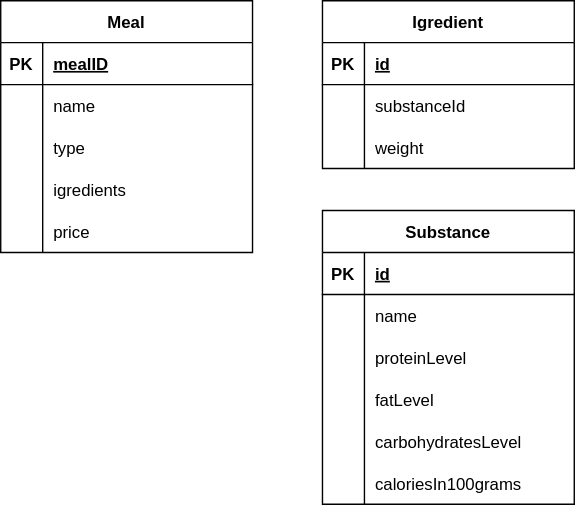
This is MealsMicroservice.svg from tomdud-developer/OurKitchenYourHealth, a draw.io export, as it was before one commit. Source tidied: cells renumbered, new cells last; positions are measured from the earlier drawing's top-left corner, leaving out a move shared by most shapes.
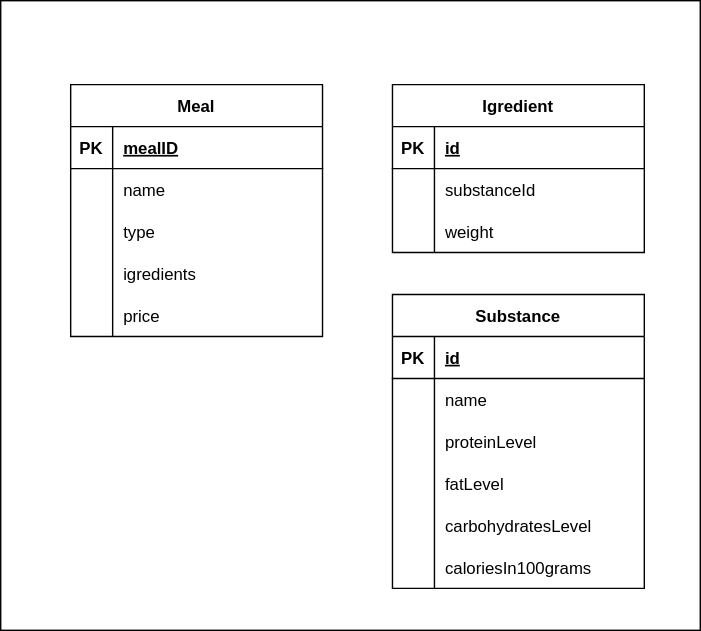
After the change.

The edit, as a diff of the source:
```diff
@@ -2,6 +2,9 @@
   <root>
     <mxCell id="0" />
     <mxCell id="1" parent="0" />
+    <mxCell id="47" style="rounded=0;whiteSpace=wrap;html=1;" parent="1" vertex="1">
+      <mxGeometry x="-50" y="-60" width="500" height="450" as="geometry" />
+    </mxCell>
     <mxCell id="2" value="Meal" style="shape=table;startSize=30;rowLines=0;fontStyle=1;align=center;" parent="1" vertex="1">
       <mxGeometry width="180" height="180" as="geometry" />
     </mxCell>
```
